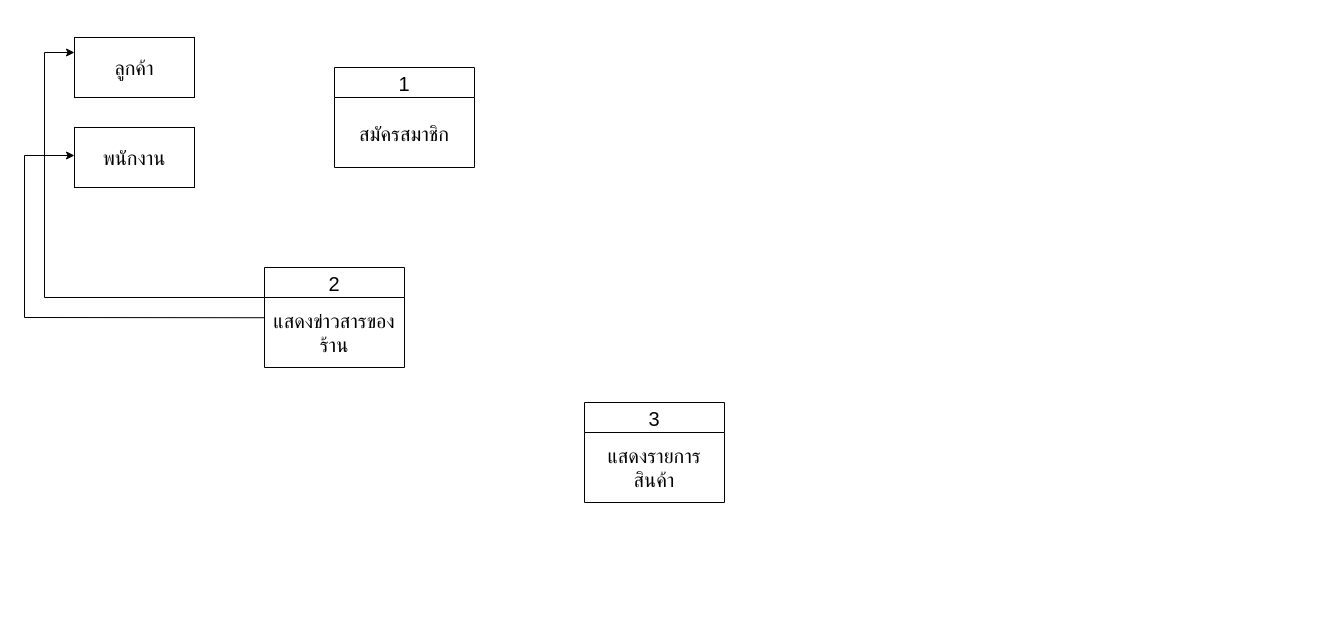
This is Data Flow Diagrams.drawio from xX-AULGZ-Xx/error.github.io, a draw.io file, before an edit. Source tidied: cells renumbered, new cells numbered last; positions are measured from the earlier drawing's top-left corner, leaving out a move shared by most shapes. Both pictures are drawn from the tidied source at 100%, with x=0, y=0 at pixel (24, 37).
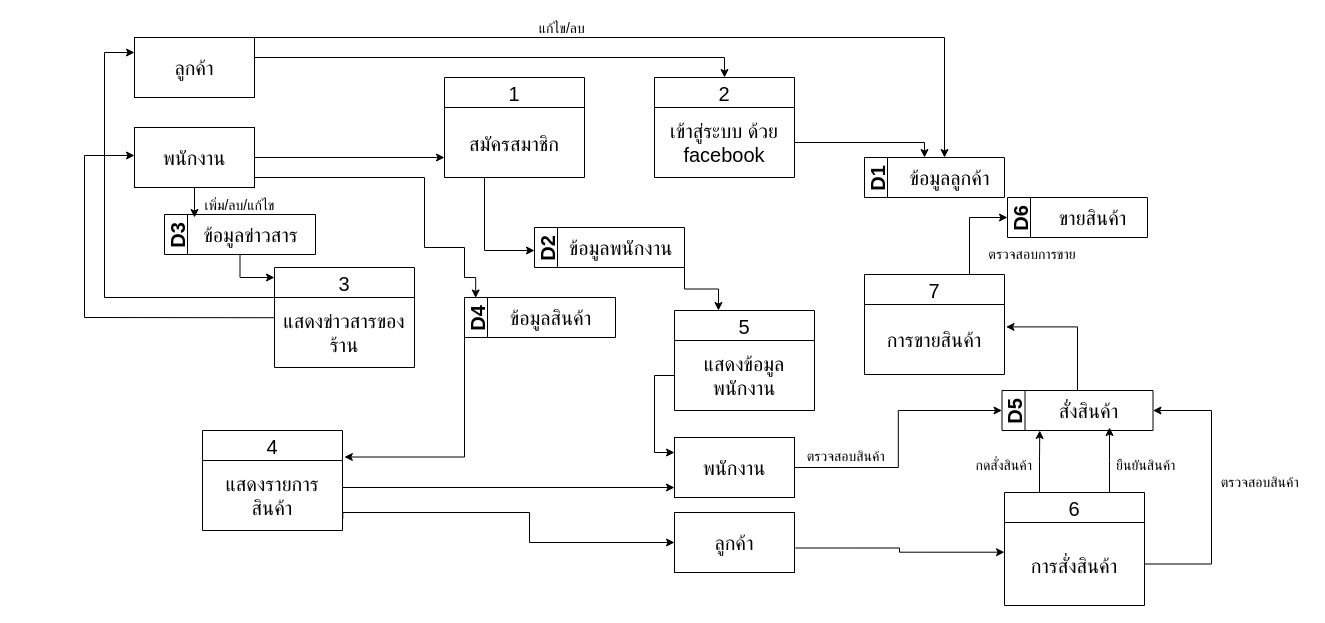
The same diagram, later.

The change refers to these unchanged cells:
```xml
<mxCell id="3" value="สมัครสมาชิก" style="text;strokeColor=none;fillColor=none;align=center;verticalAlign=middle;spacingLeft=4;spacingRight=4;overflow=hidden;points=[[0,0.5],[1,0.5]];portConstraint=eastwest;fontSize=20;" parent="2" vertex="1">
  <mxGeometry y="30" width="140" height="70" as="geometry" />
</mxCell>
<mxCell id="5" value="แสดงข่าวสารของร้าน" style="text;strokeColor=none;fillColor=none;align=center;verticalAlign=middle;spacingLeft=4;spacingRight=4;overflow=hidden;points=[[0,0.5],[1,0.5]];portConstraint=eastwest;fontSize=20;whiteSpace=wrap;" parent="4" vertex="1">
  <mxGeometry y="30" width="140" height="70" as="geometry" />
</mxCell>
<mxCell id="7" value="แสดงรายการสินค้า" style="text;strokeColor=none;fillColor=none;align=center;verticalAlign=middle;spacingLeft=4;spacingRight=4;overflow=hidden;points=[[0,0.5],[1,0.5]];portConstraint=eastwest;fontSize=20;whiteSpace=wrap;" parent="6" vertex="1">
  <mxGeometry y="30" width="140" height="70" as="geometry" />
</mxCell>
```

What changed in the source:
```diff
@@
     <mxCell id="2" value="1" style="swimlane;fontStyle=0;horizontal=1;startSize=30;fontSize=20;" parent="1" vertex="1">
-      <mxGeometry x="310" y="30" width="140" height="100" as="geometry" />
+      <mxGeometry x="420" y="40" width="140" height="100" as="geometry" />
     </mxCell>
@@
-    <mxCell id="4" value="2" style="swimlane;fontStyle=0;horizontal=1;startSize=30;fontSize=20;" parent="1" vertex="1">
-      <mxGeometry x="240" y="230" width="140" height="100" as="geometry" />
+    <mxCell id="4" value="3" style="swimlane;fontStyle=0;horizontal=1;startSize=30;fontSize=20;" parent="1" vertex="1">
+      <mxGeometry x="250" y="230" width="140" height="100" as="geometry" />
     </mxCell>
@@
-    <mxCell id="6" value="3" style="swimlane;fontStyle=0;horizontal=1;startSize=30;fontSize=20;" parent="1" vertex="1">
-      <mxGeometry x="560" y="365" width="140" height="100" as="geometry" />
+    <mxCell id="6" value="4" style="swimlane;fontStyle=0;horizontal=1;startSize=30;fontSize=20;" parent="1" vertex="1">
+      <mxGeometry x="178" y="393" width="140" height="100" as="geometry" />
     </mxCell>
@@
+    <mxCell id="12" style="edgeStyle=orthogonalEdgeStyle;rounded=0;jettySize=auto;html=1;fontSize=20;entryX=0.5;entryY=0;entryDx=0;entryDy=0;" parent="1" edge="1" source="8" target="16">
+      <mxGeometry relative="1" as="geometry">
+        <Array as="points">
+          <mxPoint x="700" y="20" />
+        </Array>
+      </mxGeometry>
+    </mxCell>
     <mxCell id="8" value="ลูกค้า" style="rounded=0;whiteSpace=wrap;html=1;fontSize=20;align=center;" parent="1" vertex="1">
-      <mxGeometry x="50" width="120" height="60" as="geometry" />
+      <mxGeometry x="110" width="120" height="60" as="geometry" />
     </mxCell>
+    <mxCell id="13" style="edgeStyle=orthogonalEdgeStyle;rounded=0;jettySize=auto;html=1;fontSize=20;entryX=0;entryY=0.714;entryDx=0;entryDy=0;entryPerimeter=0;" parent="1" edge="1" source="9" target="3">
+      <mxGeometry relative="1" as="geometry" />
+    </mxCell>
+    <mxCell id="14" style="edgeStyle=orthogonalEdgeStyle;rounded=0;jettySize=auto;html=1;exitX=0.5;exitY=1;exitDx=0;exitDy=0;fontSize=20;" parent="1" edge="1" source="9">
+      <mxGeometry relative="1" as="geometry">
+        <mxPoint x="170" y="180" as="targetPoint" />
+      </mxGeometry>
+    </mxCell>
+    <mxCell id="15" style="edgeStyle=orthogonalEdgeStyle;rounded=0;jettySize=auto;html=1;exitX=1;exitY=0.75;exitDx=0;exitDy=0;fontSize=20;entryX=0.074;entryY=0.012;entryDx=0;entryDy=0;entryPerimeter=0;" parent="1" edge="1" source="9" target="36">
+      <mxGeometry relative="1" as="geometry">
+        <Array as="points">
+          <mxPoint x="230" y="140" />
+          <mxPoint x="400" y="140" />
+          <mxPoint x="400" y="210" />
+          <mxPoint x="440" y="210" />
+          <mxPoint x="440" y="240" />
+          <mxPoint x="451" y="240" />
+        </Array>
+      </mxGeometry>
+    </mxCell>
     <mxCell id="9" value="พนักงาน" style="rounded=0;whiteSpace=wrap;html=1;fontSize=20;align=center;" parent="1" vertex="1">
-      <mxGeometry x="50" y="90" width="120" height="60" as="geometry" />
+      <mxGeometry x="110" y="90" width="120" height="60" as="geometry" />
     </mxCell>
     <mxCell id="10" style="endArrow=classic;html=1;rounded=0;fontSize=20;entryX=0;entryY=0.25;entryDx=0;entryDy=0;exitX=0;exitY=0;exitDx=0;exitDy=0;exitPerimeter=0;" parent="1" edge="1" source="5" target="8">
       <mxGeometry relative="1" as="geometry">
         <Array as="points">
-          <mxPoint x="20" y="260" />
-          <mxPoint x="20" y="15" />
+          <mxPoint x="80" y="260" />
+          <mxPoint x="80" y="15" />
         </Array>
       </mxGeometry>
     </mxCell>
     <mxCell id="11" style="endArrow=classic;html=1;rounded=0;fontSize=20;exitX=0.002;exitY=0.289;exitDx=0;exitDy=0;exitPerimeter=0;" parent="1" edge="1" source="5">
       <mxGeometry relative="1" as="geometry">
-        <mxPoint x="50" y="118" as="targetPoint" />
+        <mxPoint x="110" y="118" as="targetPoint" />
         <Array as="points">
-          <mxPoint y="280" />
-          <mxPoint y="118" />
+          <mxPoint x="60" y="280" />
+          <mxPoint x="60" y="118" />
         </Array>
       </mxGeometry>
     </mxCell>
+    <mxCell id="16" value="2" style="swimlane;fontStyle=0;horizontal=1;startSize=30;fontSize=20;" parent="1" vertex="1">
+      <mxGeometry x="630" y="40" width="140" height="100" as="geometry" />
+    </mxCell>
+    <mxCell id="17" value="เข้าสู่ระบบ ด้วย facebook" style="text;strokeColor=none;fillColor=none;align=center;verticalAlign=middle;spacingLeft=4;spacingRight=4;overflow=hidden;points=[[0,0.5],[1,0.5]];portConstraint=eastwest;fontSize=20;whiteSpace=wrap;" parent="16" vertex="1">
+      <mxGeometry y="30" width="140" height="70" as="geometry" />
+    </mxCell>
+    <mxCell id="18" value="D1" style="swimlane;horizontal=0;fontSize=20;align=center;" parent="1" vertex="1">
+      <mxGeometry x="840" y="120" width="140" height="40" as="geometry" />
+    </mxCell>
+    <mxCell id="19" value="ข้อมูลลูกค้า" style="text;html=1;align=center;verticalAlign=middle;strokeColor=none;fillColor=none;fontSize=20;" parent="18" vertex="1">
+      <mxGeometry x="30" y="5" width="110" height="30" as="geometry" />
+    </mxCell>
+    <mxCell id="20" style="edgeStyle=orthogonalEdgeStyle;rounded=0;jettySize=auto;html=1;fontSize=20;" parent="1" edge="1" source="17">
+      <mxGeometry relative="1" as="geometry">
+        <mxPoint x="900" y="120" as="targetPoint" />
+        <Array as="points">
+          <mxPoint x="900" y="105" />
+        </Array>
+      </mxGeometry>
+    </mxCell>
+    <mxCell id="21" style="edgeStyle=orthogonalEdgeStyle;rounded=0;jettySize=auto;html=1;exitX=1;exitY=1;exitDx=0;exitDy=0;entryX=0.314;entryY=0;entryDx=0;entryDy=0;entryPerimeter=0;fontSize=20;" parent="1" edge="1" source="22" target="29">
+      <mxGeometry relative="1" as="geometry" />
+    </mxCell>
+    <mxCell id="22" value="D2" style="swimlane;horizontal=0;fontSize=20;align=center;" parent="1" vertex="1">
+      <mxGeometry x="510" y="190" width="150" height="40" as="geometry" />
+    </mxCell>
+    <mxCell id="23" value="ข้อมูลพนักงาน" style="text;html=1;align=center;verticalAlign=middle;strokeColor=none;fillColor=none;fontSize=20;" parent="22" vertex="1">
+      <mxGeometry x="21" y="5" width="130" height="30" as="geometry" />
+    </mxCell>
+    <mxCell id="24" style="edgeStyle=orthogonalEdgeStyle;rounded=0;jettySize=auto;html=1;fontSize=20;" parent="1" edge="1" source="3" target="22">
+      <mxGeometry relative="1" as="geometry">
+        <Array as="points">
+          <mxPoint x="460" y="213" />
+        </Array>
+      </mxGeometry>
+    </mxCell>
+    <mxCell id="25" style="edgeStyle=orthogonalEdgeStyle;rounded=0;orthogonalLoop=1;jettySize=auto;html=1;fontSize=20;" parent="1" edge="1">
+      <mxGeometry relative="1" as="geometry">
+        <mxPoint x="230" y="10" as="sourcePoint" />
+        <mxPoint x="920" y="120" as="targetPoint" />
+        <Array as="points">
+          <mxPoint x="230" />
+          <mxPoint x="920" />
+        </Array>
+      </mxGeometry>
+    </mxCell>
+    <mxCell id="26" style="edgeStyle=orthogonalEdgeStyle;rounded=0;jettySize=auto;html=1;exitX=0.5;exitY=1;exitDx=0;exitDy=0;entryX=0;entryY=0.1;entryDx=0;entryDy=0;entryPerimeter=0;fontSize=20;" parent="1" edge="1" source="27" target="4">
+      <mxGeometry relative="1" as="geometry" />
+    </mxCell>
+    <mxCell id="27" value="D3" style="swimlane;horizontal=0;fontSize=20;align=center;" parent="1" vertex="1">
+      <mxGeometry x="140" y="177" width="151" height="40" as="geometry" />
+    </mxCell>
+    <mxCell id="28" value="ข้อมูลข่าวสาร" style="text;html=1;align=center;verticalAlign=middle;strokeColor=none;fillColor=none;fontSize=20;" parent="27" vertex="1">
+      <mxGeometry x="21" y="5" width="130" height="30" as="geometry" />
+    </mxCell>
+    <mxCell id="29" value="5" style="swimlane;fontStyle=0;horizontal=1;startSize=30;fontSize=20;" parent="1" vertex="1">
+      <mxGeometry x="650" y="273" width="140" height="100" as="geometry" />
+    </mxCell>
+    <mxCell id="30" value="แสดงข้อมูลพนักงาน" style="text;strokeColor=none;fillColor=none;align=center;verticalAlign=middle;spacingLeft=4;spacingRight=4;overflow=hidden;points=[[0,0.5],[1,0.5]];portConstraint=eastwest;fontSize=20;whiteSpace=wrap;" parent="29" vertex="1">
+      <mxGeometry y="30" width="140" height="70" as="geometry" />
+    </mxCell>
+    <mxCell id="31" style="edgeStyle=orthogonalEdgeStyle;rounded=0;jettySize=auto;html=1;exitX=1;exitY=0.5;exitDx=0;exitDy=0;entryX=0;entryY=0.5;entryDx=0;entryDy=0;fontSize=14;" parent="1" edge="1" source="32" target="48">
+      <mxGeometry relative="1" as="geometry" />
+    </mxCell>
+    <mxCell id="32" value="พนักงาน" style="rounded=0;whiteSpace=wrap;html=1;fontSize=20;align=center;" parent="1" vertex="1">
+      <mxGeometry x="650" y="400" width="120" height="60" as="geometry" />
+    </mxCell>
+    <mxCell id="33" style="edgeStyle=orthogonalEdgeStyle;rounded=0;jettySize=auto;html=1;exitX=0;exitY=0.5;exitDx=0;exitDy=0;entryX=0;entryY=0.25;entryDx=0;entryDy=0;fontSize=20;" parent="1" edge="1" source="30" target="32">
+      <mxGeometry relative="1" as="geometry" />
+    </mxCell>
+    <mxCell id="34" style="edgeStyle=orthogonalEdgeStyle;rounded=0;jettySize=auto;html=1;exitX=1;exitY=0.5;exitDx=0;exitDy=0;fontSize=20;" parent="1" edge="1" source="7" target="32">
+      <mxGeometry relative="1" as="geometry">
+        <Array as="points">
+          <mxPoint x="318" y="450" />
+        </Array>
+      </mxGeometry>
+    </mxCell>
+    <mxCell id="35" style="edgeStyle=orthogonalEdgeStyle;rounded=0;jettySize=auto;html=1;exitX=0;exitY=1;exitDx=0;exitDy=0;entryX=1.013;entryY=-0.05;entryDx=0;entryDy=0;entryPerimeter=0;fontSize=20;" parent="1" edge="1" source="36" target="7">
+      <mxGeometry relative="1" as="geometry" />
+    </mxCell>
+    <mxCell id="36" value="D4" style="swimlane;horizontal=0;fontSize=20;align=center;" parent="1" vertex="1">
+      <mxGeometry x="440" y="260" width="151" height="40" as="geometry" />
+    </mxCell>
+    <mxCell id="37" value="ข้อมูลสินค้า" style="text;html=1;align=center;verticalAlign=middle;strokeColor=none;fillColor=none;fontSize=20;" parent="36" vertex="1">
+      <mxGeometry x="31" y="5" width="110" height="30" as="geometry" />
+    </mxCell>
+    <mxCell id="38" style="edgeStyle=orthogonalEdgeStyle;rounded=0;jettySize=auto;html=1;exitX=1.007;exitY=0.592;exitDx=0;exitDy=0;fontSize=20;entryX=0;entryY=0.358;entryDx=0;entryDy=0;entryPerimeter=0;exitPerimeter=0;" parent="1" edge="1" source="39" target="44">
+      <mxGeometry relative="1" as="geometry" />
+    </mxCell>
+    <mxCell id="39" value="ลูกค้า" style="rounded=0;whiteSpace=wrap;html=1;fontSize=20;align=center;" parent="1" vertex="1">
+      <mxGeometry x="650" y="475" width="120" height="60" as="geometry" />
+    </mxCell>
+    <mxCell id="40" style="edgeStyle=orthogonalEdgeStyle;rounded=0;jettySize=auto;html=1;exitX=1.002;exitY=0.835;exitDx=0;exitDy=0;entryX=0;entryY=0.5;entryDx=0;entryDy=0;fontSize=20;exitPerimeter=0;" parent="1" edge="1" source="7" target="39">
+      <mxGeometry relative="1" as="geometry">
+        <Array as="points">
+          <mxPoint x="318" y="475" />
+          <mxPoint x="505" y="475" />
+          <mxPoint x="505" y="505" />
+        </Array>
+      </mxGeometry>
+    </mxCell>
+    <mxCell id="41" style="edgeStyle=orthogonalEdgeStyle;rounded=0;jettySize=auto;html=1;exitX=0.25;exitY=0;exitDx=0;exitDy=0;fontSize=14;entryX=0.25;entryY=1;entryDx=0;entryDy=0;" parent="1" edge="1" source="43" target="48">
+      <mxGeometry relative="1" as="geometry" />
+    </mxCell>
+    <mxCell id="42" style="edgeStyle=orthogonalEdgeStyle;rounded=0;jettySize=auto;html=1;exitX=0.75;exitY=0;exitDx=0;exitDy=0;fontSize=14;" parent="1" edge="1" source="43">
+      <mxGeometry relative="1" as="geometry">
+        <mxPoint x="1085" y="390" as="targetPoint" />
+      </mxGeometry>
+    </mxCell>
+    <mxCell id="43" value="6" style="swimlane;fontStyle=0;horizontal=1;startSize=30;fontSize=20;" parent="1" vertex="1">
+      <mxGeometry x="980" y="455" width="140" height="113" as="geometry" />
+    </mxCell>
+    <mxCell id="44" value="การสั่งสินค้า" style="text;strokeColor=none;fillColor=none;align=center;verticalAlign=middle;spacingLeft=4;spacingRight=4;overflow=hidden;points=[[0,0.5],[1,0.5]];portConstraint=eastwest;fontSize=20;" parent="43" vertex="1">
+      <mxGeometry y="30" width="140" height="83" as="geometry" />
+    </mxCell>
+    <mxCell id="45" value="แก้ไข/ลบ" style="text;strokeColor=none;fillColor=none;align=center;verticalAlign=middle;spacingLeft=4;spacingRight=4;overflow=hidden;fontSize=14;" parent="1" vertex="1">
+      <mxGeometry x="495.5" y="-20" width="84.5" height="20" as="geometry" />
+    </mxCell>
+    <mxCell id="46" value="เพิ่ม/ลบ/แก้ไข" style="text;strokeColor=none;fillColor=none;align=center;verticalAlign=middle;spacingLeft=4;spacingRight=4;overflow=hidden;fontSize=14;" parent="1" vertex="1">
+      <mxGeometry x="168.2" y="157" width="94.5" height="20" as="geometry" />
+    </mxCell>
+    <mxCell id="47" style="edgeStyle=orthogonalEdgeStyle;rounded=0;jettySize=auto;html=1;exitX=0.5;exitY=0;exitDx=0;exitDy=0;entryX=1.011;entryY=0.32;entryDx=0;entryDy=0;entryPerimeter=0;fontSize=14;" parent="1" edge="1" source="48" target="54">
+      <mxGeometry relative="1" as="geometry" />
+    </mxCell>
+    <mxCell id="48" value="D5" style="swimlane;horizontal=0;fontSize=20;align=center;startSize=23;" parent="1" vertex="1">
+      <mxGeometry x="977.5" y="353" width="151" height="40" as="geometry" />
+    </mxCell>
+    <mxCell id="49" value="สั่งสินค้า" style="text;html=1;align=center;verticalAlign=middle;strokeColor=none;fillColor=none;fontSize=20;" parent="48" vertex="1">
+      <mxGeometry x="47" y="6" width="78" height="28" as="geometry" />
+    </mxCell>
+    <mxCell id="50" value="กดสั่งสินค้า" style="text;strokeColor=none;fillColor=none;align=center;verticalAlign=middle;spacingLeft=4;spacingRight=4;overflow=hidden;fontSize=14;" parent="1" vertex="1">
+      <mxGeometry x="932" y="416" width="95.5" height="22" as="geometry" />
+    </mxCell>
+    <mxCell id="51" value="ยืนยันสินค้า" style="text;strokeColor=none;fillColor=none;align=center;verticalAlign=middle;spacingLeft=4;spacingRight=4;overflow=hidden;fontSize=14;" parent="1" vertex="1">
+      <mxGeometry x="1074" y="416" width="95.5" height="22" as="geometry" />
+    </mxCell>
+    <mxCell id="52" style="edgeStyle=orthogonalEdgeStyle;rounded=0;jettySize=auto;html=1;exitX=0.75;exitY=0;exitDx=0;exitDy=0;entryX=0;entryY=0.5;entryDx=0;entryDy=0;fontSize=14;" parent="1" edge="1" source="53" target="55">
+      <mxGeometry relative="1" as="geometry" />
+    </mxCell>
+    <mxCell id="53" value="7" style="swimlane;fontStyle=0;horizontal=1;startSize=30;fontSize=20;" parent="1" vertex="1">
+      <mxGeometry x="840" y="237" width="140" height="100" as="geometry" />
+    </mxCell>
+    <mxCell id="54" value="การขายสินค้า" style="text;strokeColor=none;fillColor=none;align=center;verticalAlign=middle;spacingLeft=4;spacingRight=4;overflow=hidden;points=[[0,0.5],[1,0.5]];portConstraint=eastwest;fontSize=20;whiteSpace=wrap;" parent="53" vertex="1">
+      <mxGeometry y="30" width="140" height="70" as="geometry" />
+    </mxCell>
+    <mxCell id="55" value="D6" style="swimlane;horizontal=0;fontSize=20;align=center;" parent="1" vertex="1">
+      <mxGeometry x="983" y="160" width="140" height="40" as="geometry" />
+    </mxCell>
+    <mxCell id="56" value="ขายสินค้า" style="text;html=1;align=center;verticalAlign=middle;strokeColor=none;fillColor=none;fontSize=20;" parent="55" vertex="1">
+      <mxGeometry x="40" y="6" width="90" height="28" as="geometry" />
+    </mxCell>
+    <mxCell id="57" value="ตรวจสอบการขาย" style="text;strokeColor=none;fillColor=none;align=center;verticalAlign=middle;spacingLeft=4;spacingRight=4;overflow=hidden;fontSize=14;" parent="1" vertex="1">
+      <mxGeometry x="950" y="205" width="116" height="22" as="geometry" />
+    </mxCell>
+    <mxCell id="58" style="edgeStyle=orthogonalEdgeStyle;rounded=0;jettySize=auto;html=1;exitX=1;exitY=0.5;exitDx=0;exitDy=0;entryX=1;entryY=0.5;entryDx=0;entryDy=0;fontSize=14;" parent="1" edge="1" source="44" target="48">
+      <mxGeometry relative="1" as="geometry">
+        <Array as="points">
+          <mxPoint x="1187" y="526" />
+          <mxPoint x="1187" y="373" />
+        </Array>
+      </mxGeometry>
+    </mxCell>
+    <mxCell id="59" value="ตรวจสอบสินค้า" style="text;strokeColor=none;fillColor=none;align=center;verticalAlign=middle;spacingLeft=4;spacingRight=4;overflow=hidden;fontSize=14;" parent="1" vertex="1">
+      <mxGeometry x="1188" y="433" width="95.5" height="22" as="geometry" />
+    </mxCell>
+    <mxCell id="60" value="ตรวจสอบสินค้า" style="text;strokeColor=none;fillColor=none;align=center;verticalAlign=middle;spacingLeft=4;spacingRight=4;overflow=hidden;fontSize=14;" parent="1" vertex="1">
+      <mxGeometry x="774" y="407" width="95.5" height="22" as="geometry" />
+    </mxCell>
```
